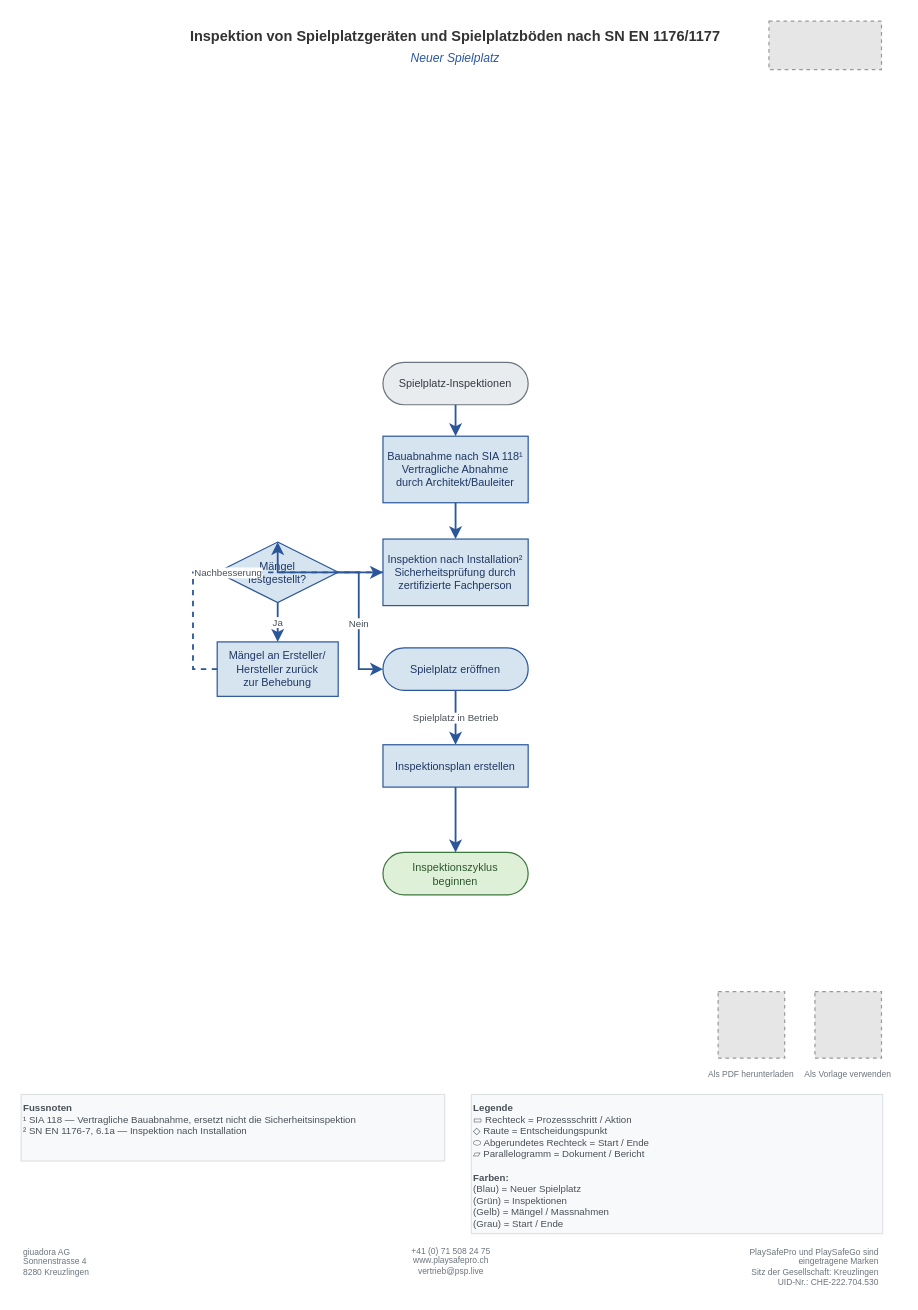
giuadora/ch.playsafepro.flowcharts keeps this draw.io diagram as Inspektion-von-Spielplatzgeraeten-und-Spielplatzboeden/Neuer-Spielplatz.drawio. Above is the earlier version. Source tidied: cells renumbered, new cells numbered last; positions are measured from the earlier drawing's top-left corner, leaving out a move shared by most shapes. Both pictures are drawn from the tidied source at 121%, with x=0, y=0 at pixel (21, 21). Pictures stored in the file or linked from it are replaced by grey dashed boxes.
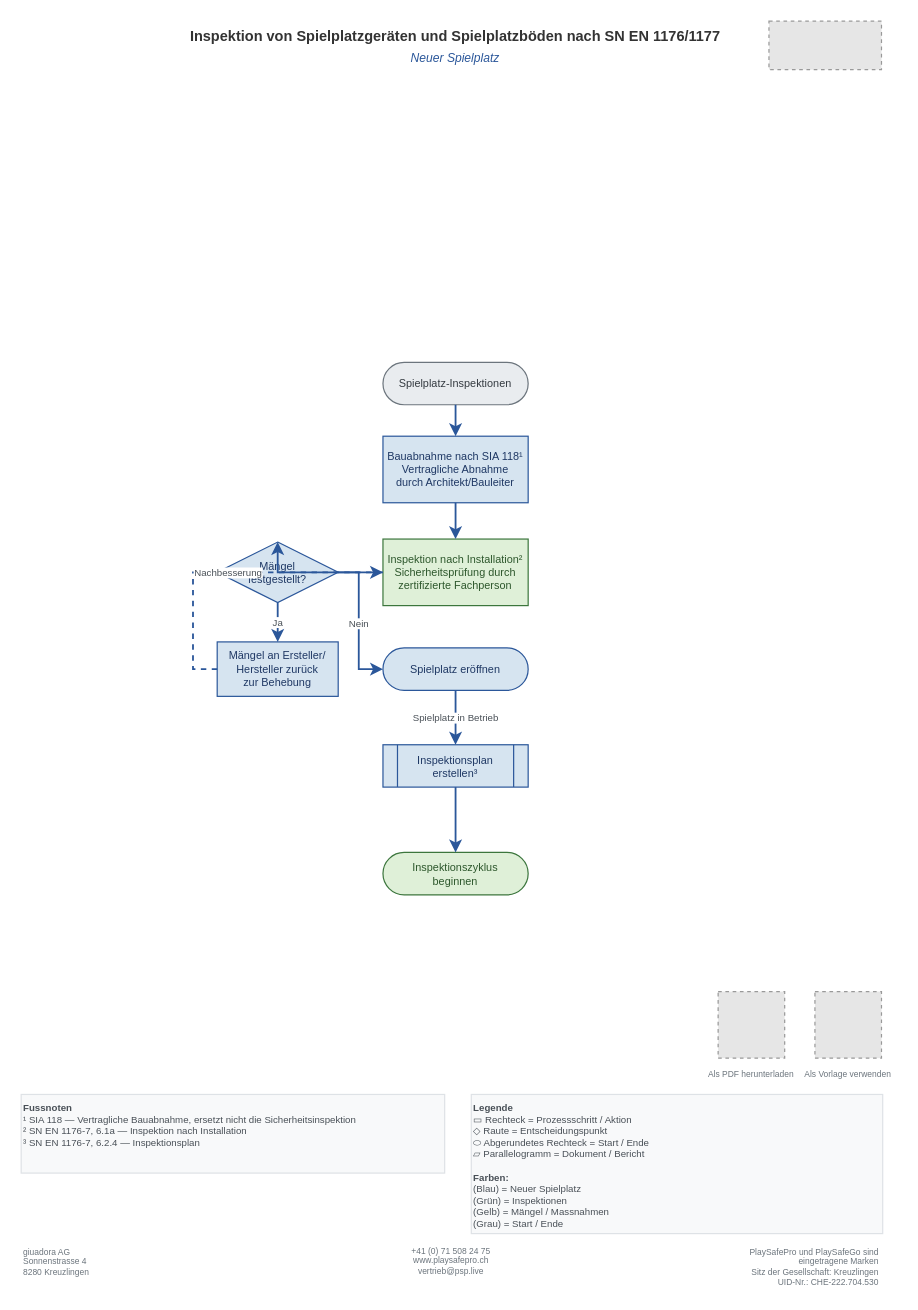
Above is the later version.

Commit message:
feat(08-01): apply FC1 node modifications and footnote audit

- Color N02 'Inspektion nach Installation' green (inspection activity)
- Render IPLAN 'Inspektionsplan erstellen' as subprocess symbol (shape=process)
- Add footnote ³ referencing SN EN 1176-7 6.2.4 for Inspektionsplan
- Expand FOOTNOTES box to height 65 to accommodate third footnote
- Complete FC1 footnote audit: all norm-referencing nodes have superscripts

The edit, as a diff of the source:
```diff
@@
-    <mxCell id="10" value="Inspektion nach Installation²&lt;br&gt;Sicherheitsprüfung durch&lt;br&gt;zertifizierte Fachperson" style="rounded=0;whiteSpace=wrap;html=1;fillColor=#D6E4F0;strokeColor=#2B579A;fontColor=#1F3864;fontSize=9;fontFamily=Helvetica;align=center;" parent="1" vertex="1">
+    <mxCell id="10" value="Inspektion nach Installation²&lt;br&gt;Sicherheitsprüfung durch&lt;br&gt;zertifizierte Fachperson" style="rounded=0;whiteSpace=wrap;html=1;fillColor=#DFF0D8;strokeColor=#3C763D;fontColor=#2D572C;fontSize=9;fontFamily=Helvetica;align=center;" parent="1" vertex="1">
       <mxGeometry x="299" y="428" width="120" height="55" as="geometry" />
     </mxCell>
@@
-    <mxCell id="14" value="Inspektionsplan erstellen" style="rounded=0;whiteSpace=wrap;html=1;fillColor=#D6E4F0;strokeColor=#2B579A;fontColor=#1F3864;fontSize=9;fontFamily=Helvetica;align=center;" parent="1" vertex="1">
+    <mxCell id="14" value="Inspektionsplan erstellen³" style="shape=process;whiteSpace=wrap;html=1;fillColor=#D6E4F0;strokeColor=#2B579A;fontColor=#1F3864;fontSize=9;fontFamily=Helvetica;align=center;" parent="1" vertex="1">
       <mxGeometry x="299" y="598" width="120" height="35" as="geometry" />
     </mxCell>
@@
-    <mxCell id="20" value="&lt;b&gt;Fussnoten&lt;/b&gt;&lt;br&gt;¹ SIA 118 — Vertragliche Bauabnahme, ersetzt nicht die Sicherheitsinspektion&lt;br&gt;² SN EN 1176-7, 6.1a — Inspektion nach Installation" style="rounded=0;whiteSpace=wrap;html=1;fillColor=#F8F9FA;strokeColor=#DEE2E6;fontColor=#495057;fontSize=8;fontFamily=Helvetica;align=left;verticalAlign=top;" parent="1" vertex="1">
-      <mxGeometry y="887" width="350" height="55" as="geometry" />
+    <mxCell id="20" value="&lt;b&gt;Fussnoten&lt;/b&gt;&lt;br&gt;¹ SIA 118 — Vertragliche Bauabnahme, ersetzt nicht die Sicherheitsinspektion&lt;br&gt;² SN EN 1176-7, 6.1a — Inspektion nach Installation&lt;br&gt;³ SN EN 1176-7, 6.2.4 — Inspektionsplan" style="rounded=0;whiteSpace=wrap;html=1;fillColor=#F8F9FA;strokeColor=#DEE2E6;fontColor=#495057;fontSize=8;fontFamily=Helvetica;align=left;verticalAlign=top;" parent="1" vertex="1">
+      <mxGeometry y="887" width="350" height="65" as="geometry" />
     </mxCell>
```
